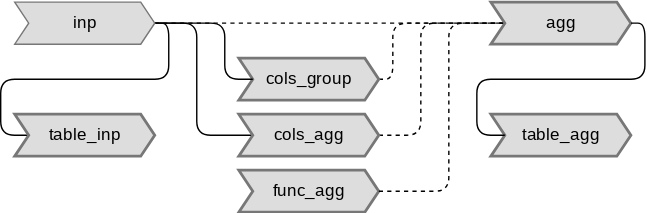
This is images/observable-aggregate-local.svg from ijlyttle/reactivity-three-ways-book, a draw.io export, as it was before one commit. Source tidied: cells renumbered, new cells last; positions are measured from the earlier drawing's top-left corner, leaving out a move shared by most shapes.
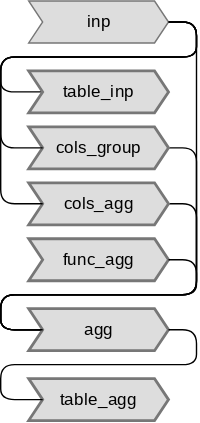
Above is the later version.

Diff of the diagram source:
```diff
@@ -5,74 +5,71 @@
     <mxCell id="2" style="edgeStyle=orthogonalEdgeStyle;jettySize=auto;html=1;exitX=1;exitY=0.5;exitDx=0;exitDy=0;exitPerimeter=0;entryX=0;entryY=0.5;entryDx=9.81;entryDy=0;entryPerimeter=0;fontFamily=Roboto Mono;fontSource=https%3A%2F%2Ffonts.googleapis.com%2Fcss%3Ffamily%3DRoboto%2BMono;endArrow=none;endFill=0;spacingLeft=7;spacingRight=7;" parent="1" edge="1" source="12" target="5">
       <mxGeometry relative="1" as="geometry">
         <Array as="points">
-          <mxPoint x="120" y="15" />
-          <mxPoint x="120" y="55" />
-          <mxPoint y="55" />
-          <mxPoint y="95" />
+          <mxPoint x="-120" y="-505" />
+          <mxPoint x="-120" y="-480" />
+          <mxPoint x="-260" y="-480" />
+          <mxPoint x="-260" y="-455" />
         </Array>
       </mxGeometry>
     </mxCell>
-    <mxCell id="3" style="edgeStyle=orthogonalEdgeStyle;rounded=1;jettySize=auto;html=1;exitX=1;exitY=0.5;exitDx=0;exitDy=0;exitPerimeter=0;entryX=0;entryY=0.5;entryDx=10;entryDy=0;entryPerimeter=0;fontFamily=Roboto Mono;fontSource=https%3A%2F%2Ffonts.googleapis.com%2Fcss%3Ffamily%3DRoboto%2BMono;endArrow=none;endFill=0;" parent="1" edge="1" source="12" target="13">
-      <mxGeometry relative="1" as="geometry">
-        <Array as="points">
-          <mxPoint x="140" y="15" />
-          <mxPoint x="140" y="95" />
-        </Array>
-      </mxGeometry>
-    </mxCell>
-    <mxCell id="4" style="edgeStyle=orthogonalEdgeStyle;rounded=1;jettySize=auto;html=1;exitX=1;exitY=0.5;exitDx=0;exitDy=0;exitPerimeter=0;fontFamily=Roboto Mono;fontSource=https%3A%2F%2Ffonts.googleapis.com%2Fcss%3Ffamily%3DRoboto%2BMono;endArrow=none;endFill=0;dashed=1;entryX=0;entryY=0.5;entryDx=10;entryDy=0;entryPerimeter=0;" parent="1" edge="1" source="12" target="9">
-      <mxGeometry relative="1" as="geometry" />
+    <mxCell id="4" style="edgeStyle=orthogonalEdgeStyle;rounded=1;jettySize=auto;html=1;exitX=1;exitY=0.5;exitDx=0;exitDy=0;exitPerimeter=0;fontFamily=Roboto Mono;fontSource=https%3A%2F%2Ffonts.googleapis.com%2Fcss%3Ffamily%3DRoboto%2BMono;endArrow=none;endFill=0;entryX=0;entryY=0.5;entryDx=10;entryDy=0;entryPerimeter=0;" parent="1" edge="1" source="12" target="9">
+      <mxGeometry relative="1" as="geometry">
+        <Array as="points">
+          <mxPoint x="-120" y="-505" />
+          <mxPoint x="-120" y="-310" />
+          <mxPoint x="-260" y="-310" />
+          <mxPoint x="-260" y="-285" />
+        </Array>
+      </mxGeometry>
     </mxCell>
     <mxCell id="5" value="table_inp" style="html=1;shadow=0;dashed=0;align=center;verticalAlign=middle;shape=mxgraph.arrows2.arrow;dy=0;dx=10;notch=10;strokeColor=#777777;fillColor=#dddddd;rounded=1;spacingLeft=7;spacingRight=7;fontFamily=Roboto Mono;fontSize=12;fontColor=rgb(0, 0, 0);strokeWidth=2;" parent="1" vertex="1">
-      <mxGeometry x="10" y="80" width="100" height="30" as="geometry" />
+      <mxGeometry x="-240" y="-470" width="100" height="30" as="geometry" />
     </mxCell>
-    <mxCell id="6" style="edgeStyle=orthogonalEdgeStyle;rounded=1;jettySize=auto;html=1;entryX=0;entryY=0.5;entryDx=10;entryDy=0;entryPerimeter=0;fontFamily=Roboto Mono;fontSource=https%3A%2F%2Ffonts.googleapis.com%2Fcss%3Ffamily%3DRoboto%2BMono;endArrow=none;endFill=0;dashed=1;exitX=1;exitY=0.5;exitDx=0;exitDy=0;exitPerimeter=0;" parent="1" edge="1" source="13" target="9">
+    <mxCell id="6" style="edgeStyle=orthogonalEdgeStyle;rounded=1;jettySize=auto;html=1;entryX=0;entryY=0.5;entryDx=10;entryDy=0;entryPerimeter=0;fontFamily=Roboto Mono;fontSource=https%3A%2F%2Ffonts.googleapis.com%2Fcss%3Ffamily%3DRoboto%2BMono;endArrow=none;endFill=0;exitX=1;exitY=0.5;exitDx=0;exitDy=0;exitPerimeter=0;" parent="1" edge="1" source="13" target="9">
       <mxGeometry relative="1" as="geometry">
         <Array as="points">
-          <mxPoint x="300" y="95" />
-          <mxPoint x="300" y="15" />
+          <mxPoint x="-120" y="-375" />
+          <mxPoint x="-120" y="-310" />
+          <mxPoint x="-260" y="-310" />
+          <mxPoint x="-260" y="-285" />
         </Array>
       </mxGeometry>
     </mxCell>
-    <mxCell id="7" style="edgeStyle=orthogonalEdgeStyle;rounded=1;jettySize=auto;html=1;exitX=1;exitY=0.5;exitDx=0;exitDy=0;exitPerimeter=0;entryX=0;entryY=0.5;entryDx=10;entryDy=0;entryPerimeter=0;dashed=1;fontFamily=Roboto Mono;fontSource=https%3A%2F%2Ffonts.googleapis.com%2Fcss%3Ffamily%3DRoboto%2BMono;endArrow=none;endFill=0;" parent="1" edge="1" source="8" target="9">
+    <mxCell id="7" style="edgeStyle=orthogonalEdgeStyle;rounded=1;jettySize=auto;html=1;exitX=1;exitY=0.5;exitDx=0;exitDy=0;exitPerimeter=0;entryX=0;entryY=0.5;entryDx=10;entryDy=0;entryPerimeter=0;fontFamily=Roboto Mono;fontSource=https%3A%2F%2Ffonts.googleapis.com%2Fcss%3Ffamily%3DRoboto%2BMono;endArrow=none;endFill=0;" parent="1" edge="1" source="8" target="9">
       <mxGeometry relative="1" as="geometry">
         <Array as="points">
-          <mxPoint x="280" y="55" />
-          <mxPoint x="280" y="15" />
+          <mxPoint x="-120" y="-415" />
+          <mxPoint x="-120" y="-310" />
+          <mxPoint x="-260" y="-310" />
+          <mxPoint x="-260" y="-285" />
         </Array>
       </mxGeometry>
     </mxCell>
     <mxCell id="8" value="&lt;font face=&quot;Roboto Mono&quot;&gt;cols_group&lt;/font&gt;" style="html=1;shadow=0;dashed=0;align=center;verticalAlign=middle;shape=mxgraph.arrows2.arrow;dy=0;dx=10;notch=10;strokeColor=#777777;fillColor=#dddddd;rounded=1;spacingLeft=7;spacingRight=7;fontFamily=Helvetica;fontSize=12;fontColor=rgb(0, 0, 0);strokeWidth=2;" parent="1" vertex="1">
-      <mxGeometry x="170" y="40" width="100" height="30" as="geometry" />
+      <mxGeometry x="-240" y="-430" width="100" height="30" as="geometry" />
     </mxCell>
     <mxCell id="9" value="&lt;font face=&quot;Roboto Mono&quot;&gt;agg&lt;/font&gt;" style="html=1;shadow=0;dashed=0;align=center;verticalAlign=middle;shape=mxgraph.arrows2.arrow;dy=0;dx=10;notch=10;strokeColor=#777777;fillColor=#dddddd;rounded=1;spacingLeft=7;spacingRight=7;strokeWidth=2;" parent="1" vertex="1">
-      <mxGeometry x="350" width="100" height="30" as="geometry" />
+      <mxGeometry x="-240" y="-300" width="100" height="30" as="geometry" />
     </mxCell>
     <mxCell id="10" value="table_agg" style="html=1;shadow=0;dashed=0;align=center;verticalAlign=middle;shape=mxgraph.arrows2.arrow;dy=0;dx=10;notch=10;strokeColor=#777777;fillColor=#dddddd;rounded=1;spacingLeft=7;spacingRight=7;fontFamily=Roboto Mono;fontSize=12;fontColor=rgb(0, 0, 0);spacing=0;strokeWidth=2;" parent="1" vertex="1">
-      <mxGeometry x="350" y="80" width="100" height="30" as="geometry" />
+      <mxGeometry x="-240" y="-250" width="100" height="30" as="geometry" />
     </mxCell>
-    <mxCell id="11" style="edgeStyle=elbowEdgeStyle;rounded=1;jettySize=auto;html=1;exitX=1;exitY=0.5;exitDx=0;exitDy=0;exitPerimeter=0;entryX=0;entryY=0.5;entryDx=10;entryDy=0;entryPerimeter=0;endArrow=none;endFill=0;" parent="1" edge="1" source="12" target="8">
-      <mxGeometry relative="1" as="geometry">
-        <Array as="points">
-          <mxPoint x="160" y="30" />
-          <mxPoint x="215" y="30" />
-        </Array>
-      </mxGeometry>
-    </mxCell>
     <mxCell id="12" value="&lt;font face=&quot;Roboto Mono&quot;&gt;inp&lt;br&gt;&lt;/font&gt;" style="html=1;shadow=0;dashed=0;align=center;verticalAlign=middle;shape=mxgraph.arrows2.arrow;dy=0;dx=10;notch=10;strokeColor=#777777;fillColor=#dddddd;rounded=1;spacingLeft=7;spacingRight=7;" parent="1" vertex="1">
-      <mxGeometry x="10" width="100" height="30" as="geometry" />
+      <mxGeometry x="-240" y="-520" width="100" height="30" as="geometry" />
     </mxCell>
     <mxCell id="13" value="&lt;font face=&quot;Roboto Mono&quot;&gt;cols_agg&lt;/font&gt;" style="html=1;shadow=0;dashed=0;align=center;verticalAlign=middle;shape=mxgraph.arrows2.arrow;dy=0;dx=10;notch=10;strokeColor=#777777;fillColor=#dddddd;rounded=1;spacingLeft=7;spacingRight=7;fontFamily=Helvetica;fontSize=12;fontColor=rgb(0, 0, 0);strokeWidth=2;" parent="1" vertex="1">
-      <mxGeometry x="170" y="80" width="100" height="30" as="geometry" />
+      <mxGeometry x="-240" y="-390" width="100" height="30" as="geometry" />
     </mxCell>
     <mxCell id="14" value="&lt;font face=&quot;Roboto Mono&quot;&gt;func_agg&lt;/font&gt;" style="html=1;shadow=0;dashed=0;align=center;verticalAlign=middle;shape=mxgraph.arrows2.arrow;dy=0;dx=10;notch=10;strokeColor=#777777;fillColor=#dddddd;rounded=1;spacingLeft=7;spacingRight=7;fontFamily=Helvetica;fontSize=12;fontColor=rgb(0, 0, 0);strokeWidth=2;" parent="1" vertex="1">
-      <mxGeometry x="170" y="120" width="100" height="30" as="geometry" />
+      <mxGeometry x="-240" y="-350" width="100" height="30" as="geometry" />
     </mxCell>
-    <mxCell id="15" style="edgeStyle=orthogonalEdgeStyle;rounded=1;jettySize=auto;html=1;entryX=0;entryY=0.5;entryDx=10;entryDy=0;entryPerimeter=0;fontFamily=Roboto Mono;fontSource=https%3A%2F%2Ffonts.googleapis.com%2Fcss%3Ffamily%3DRoboto%2BMono;endArrow=none;endFill=0;dashed=1;exitX=1;exitY=0.5;exitDx=0;exitDy=0;exitPerimeter=0;" parent="1" edge="1" source="14" target="9">
+    <mxCell id="15" style="edgeStyle=orthogonalEdgeStyle;rounded=1;jettySize=auto;html=1;entryX=0;entryY=0.5;entryDx=10;entryDy=0;entryPerimeter=0;fontFamily=Roboto Mono;fontSource=https%3A%2F%2Ffonts.googleapis.com%2Fcss%3Ffamily%3DRoboto%2BMono;endArrow=none;endFill=0;exitX=1;exitY=0.5;exitDx=0;exitDy=0;exitPerimeter=0;" parent="1" edge="1" source="14" target="9">
       <mxGeometry relative="1" as="geometry">
         <Array as="points">
-          <mxPoint x="320" y="135" />
-          <mxPoint x="320" y="15" />
+          <mxPoint x="-120" y="-335" />
+          <mxPoint x="-120" y="-310" />
+          <mxPoint x="-260" y="-310" />
+          <mxPoint x="-260" y="-285" />
         </Array>
       </mxGeometry>
     </mxCell>
@@ -82,12 +79,33 @@
     <mxCell id="17" style="edgeStyle=orthogonalEdgeStyle;jettySize=auto;html=1;exitX=1;exitY=0.5;exitDx=0;exitDy=0;exitPerimeter=0;entryX=0;entryY=0.5;entryDx=10;entryDy=0;entryPerimeter=0;fontFamily=Roboto Mono;fontSource=https%3A%2F%2Ffonts.googleapis.com%2Fcss%3Ffamily%3DRoboto%2BMono;endArrow=none;endFill=0;spacingLeft=7;spacingRight=7;" parent="1" edge="1" source="9" target="10">
       <mxGeometry relative="1" as="geometry">
         <Array as="points">
-          <mxPoint x="460" y="15" />
-          <mxPoint x="460" y="55" />
-          <mxPoint x="340" y="55" />
-          <mxPoint x="340" y="95" />
+          <mxPoint x="-120" y="-285" />
+          <mxPoint x="-120" y="-260" />
+          <mxPoint x="-260" y="-260" />
+          <mxPoint x="-260" y="-235" />
         </Array>
       </mxGeometry>
     </mxCell>
+    <mxCell id="11" style="edgeStyle=orthogonalEdgeStyle;jettySize=auto;html=1;exitX=1;exitY=0.5;exitDx=0;exitDy=0;exitPerimeter=0;entryX=0;entryY=0.5;entryDx=10;entryDy=0;entryPerimeter=0;fontFamily=Roboto Mono;fontSource=https%3A%2F%2Ffonts.googleapis.com%2Fcss%3Ffamily%3DRoboto%2BMono;endArrow=none;endFill=0;spacingLeft=7;spacingRight=7;" parent="1" edge="1" source="12" target="8">
+      <mxGeometry relative="1" as="geometry">
+        <Array as="points">
+          <mxPoint x="-120" y="-505" />
+          <mxPoint x="-120" y="-480" />
+          <mxPoint x="-260" y="-480" />
+          <mxPoint x="-260" y="-415" />
+        </Array>
+      </mxGeometry>
+    </mxCell>
+    <mxCell id="18" style="edgeStyle=orthogonalEdgeStyle;jettySize=auto;html=1;exitX=1;exitY=0.5;exitDx=0;exitDy=0;exitPerimeter=0;entryX=0;entryY=0.5;entryDx=10;entryDy=0;entryPerimeter=0;fontFamily=Roboto Mono;fontSource=https%3A%2F%2Ffonts.googleapis.com%2Fcss%3Ffamily%3DRoboto%2BMono;endArrow=none;endFill=0;spacingLeft=7;spacingRight=7;" parent="1" edge="1" target="13">
+      <mxGeometry relative="1" as="geometry">
+        <mxPoint x="-140" y="-505" as="sourcePoint" />
+        <Array as="points">
+          <mxPoint x="-120" y="-505" />
+          <mxPoint x="-120" y="-480" />
+          <mxPoint x="-260" y="-480" />
+          <mxPoint x="-260" y="-375" />
+        </Array>
+      </mxGeometry>
+    </mxCell>
   </root>
 </mxGraphModel>
```
